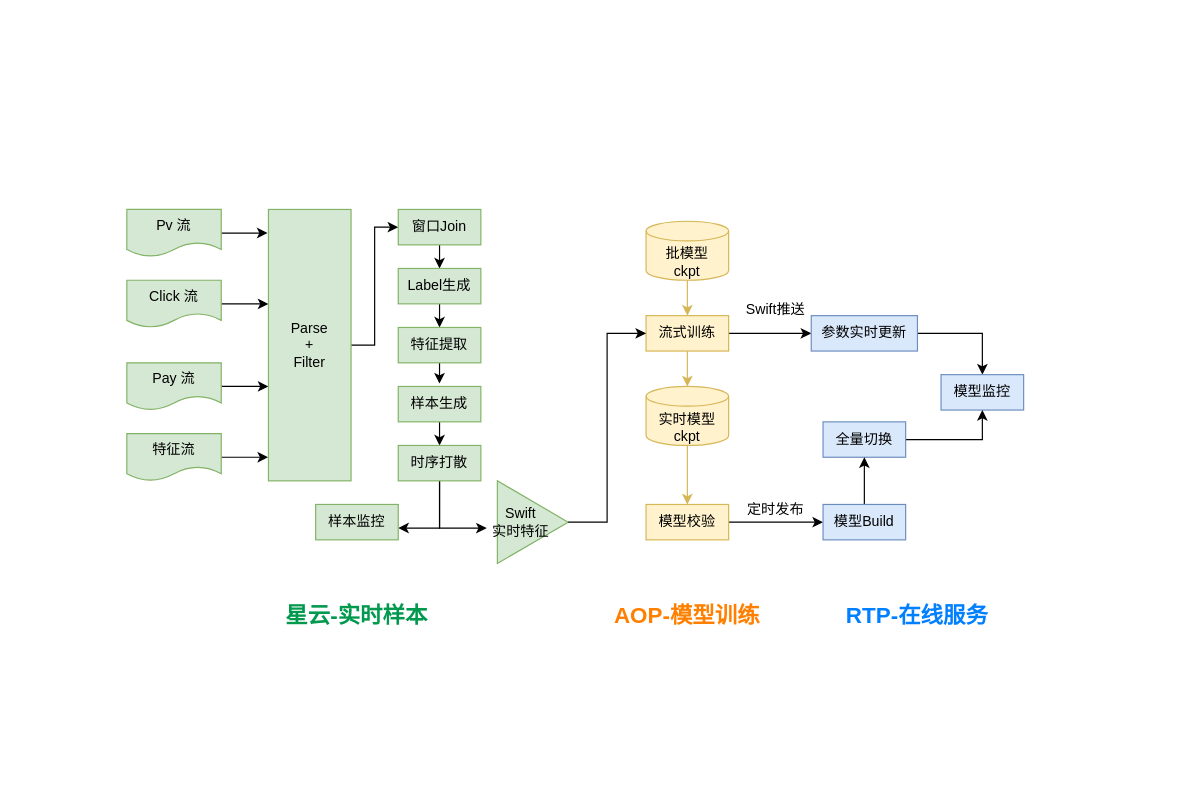
This is ODL服务流程图.drawio from cosinalee/HeteroGraph, a draw.io file, before an edit. Source tidied: cells renumbered, new cells numbered last; positions are measured from the earlier drawing's top-left corner, leaving out a move shared by most shapes. Both pictures are drawn from the tidied source at 118%, with x=0, y=0 at pixel (126, 209).
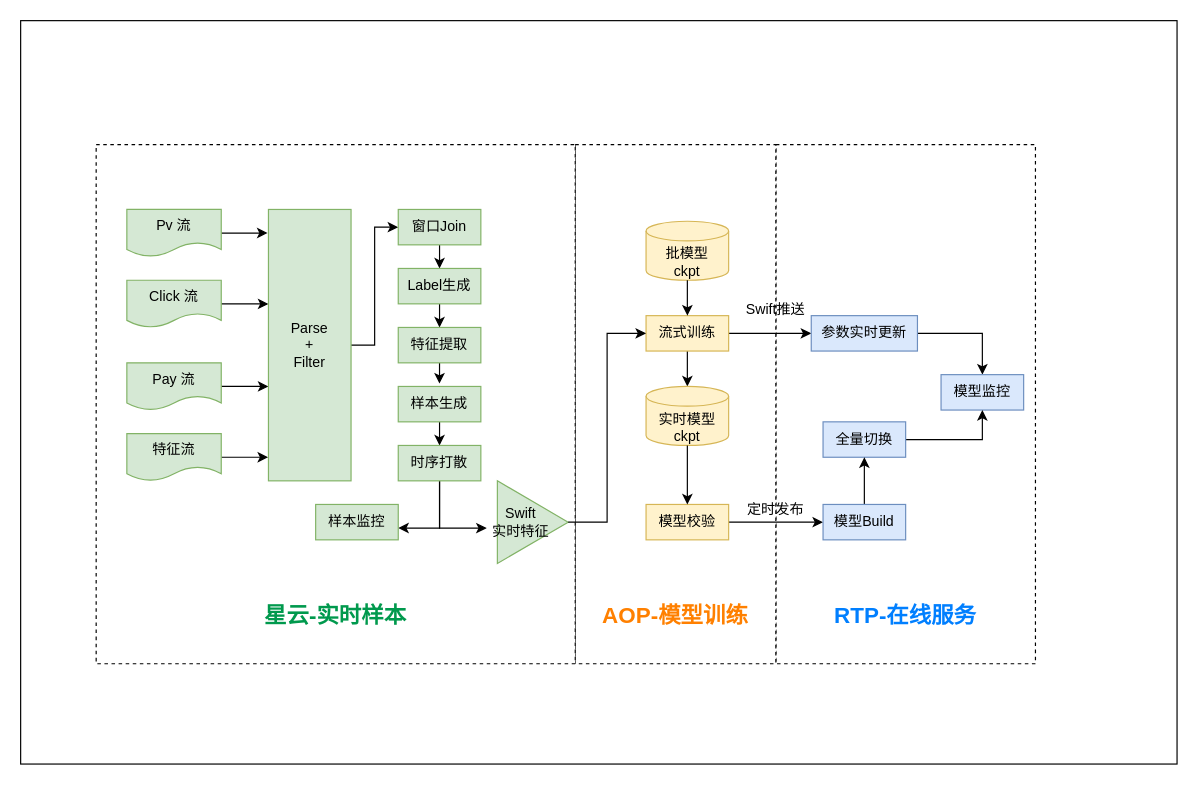
The same diagram, later.

Commit message:
更新ODL服务流程图.drawio

The change refers to these unchanged cells:
```xml
<mxCell id="29" value="批模型&lt;br&gt;ckpt" style="text;html=1;strokeColor=none;fillColor=none;align=center;verticalAlign=middle;whiteSpace=wrap;rounded=0;" parent="27" vertex="1">
  <mxGeometry x="5" y="20" width="60" height="30" as="geometry" />
</mxCell>
<mxCell id="32" value="流式训练" style="rounded=0;whiteSpace=wrap;html=1;fillColor=#fff2cc;strokeColor=#d6b656;" parent="1" vertex="1">
  <mxGeometry x="440" y="90" width="70" height="30" as="geometry" />
</mxCell>
<mxCell id="34" style="strokeWidth=1;html=1;shape=mxgraph.flowchart.database;whiteSpace=wrap;fillColor=#fff2cc;strokeColor=#d6b656;" parent="33" vertex="1">
  <mxGeometry width="70" height="50" as="geometry" />
</mxCell>
<mxCell id="35" value="实时模型&lt;br&gt;ckpt" style="text;html=1;strokeColor=none;fillColor=none;align=center;verticalAlign=middle;whiteSpace=wrap;rounded=0;" parent="33" vertex="1">
  <mxGeometry x="5" y="20" width="60" height="30" as="geometry" />
</mxCell>
<mxCell id="37" value="模型校验" style="rounded=0;whiteSpace=wrap;html=1;fillColor=#fff2cc;strokeColor=#d6b656;" parent="1" vertex="1">
  <mxGeometry x="440" y="250" width="70" height="30" as="geometry" />
</mxCell>
```

What changed in the source:
```diff
@@
+    <mxCell id="53" style="rounded=0;whiteSpace=wrap;html=1;" parent="1" vertex="1">
+      <mxGeometry x="-90" y="-160" width="980" height="630" as="geometry" />
+    </mxCell>
+    <mxCell id="54" style="rounded=0;whiteSpace=wrap;html=1;dashed=1;" parent="1" vertex="1">
+      <mxGeometry x="550" y="-55" width="220" height="440" as="geometry" />
+    </mxCell>
+    <mxCell id="55" style="rounded=0;whiteSpace=wrap;html=1;dashed=1;" parent="1" vertex="1">
+      <mxGeometry x="380" y="-55" width="170" height="440" as="geometry" />
+    </mxCell>
+    <mxCell id="56" style="rounded=0;whiteSpace=wrap;html=1;dashed=1;" parent="1" vertex="1">
+      <mxGeometry x="-26" y="-55" width="406" height="440" as="geometry" />
+    </mxCell>
@@
-    <mxCell id="30" style="edgeStyle=orthogonalEdgeStyle;rounded=0;jettySize=auto;html=1;exitX=0.5;exitY=1;exitDx=0;exitDy=0;entryX=0.5;entryY=0;entryDx=0;entryDy=0;entryPerimeter=0;fillColor=#fff2cc;strokeColor=#d6b656;" parent="1" edge="1" source="32" target="34">
+    <mxCell id="30" style="edgeStyle=orthogonalEdgeStyle;rounded=0;jettySize=auto;html=1;exitX=0.5;exitY=1;exitDx=0;exitDy=0;entryX=0.5;entryY=0;entryDx=0;entryDy=0;entryPerimeter=0;fillColor=#fff2cc;strokeColor=#000000;" parent="1" edge="1" source="32" target="34">
       <mxGeometry relative="1" as="geometry" />
     </mxCell>
@@
-    <mxCell id="46" style="edgeStyle=orthogonalEdgeStyle;rounded=0;jettySize=auto;html=1;exitX=0.5;exitY=1;exitDx=0;exitDy=0;entryX=0.5;entryY=0;entryDx=0;entryDy=0;fillColor=#fff2cc;strokeColor=#d6b656;" parent="1" edge="1" source="29" target="32">
+    <mxCell id="46" style="edgeStyle=orthogonalEdgeStyle;rounded=0;jettySize=auto;html=1;exitX=0.5;exitY=1;exitDx=0;exitDy=0;entryX=0.5;entryY=0;entryDx=0;entryDy=0;fillColor=#fff2cc;strokeColor=#000000;" parent="1" edge="1" source="29" target="32">
       <mxGeometry relative="1" as="geometry" />
     </mxCell>
-    <mxCell id="47" style="edgeStyle=orthogonalEdgeStyle;rounded=0;jettySize=auto;html=1;exitX=0.5;exitY=1;exitDx=0;exitDy=0;entryX=0.5;entryY=0;entryDx=0;entryDy=0;fillColor=#fff2cc;strokeColor=#d6b656;" parent="1" edge="1" source="35" target="37">
+    <mxCell id="47" style="edgeStyle=orthogonalEdgeStyle;rounded=0;jettySize=auto;html=1;exitX=0.5;exitY=1;exitDx=0;exitDy=0;entryX=0.5;entryY=0;entryDx=0;entryDy=0;fillColor=#fff2cc;strokeColor=#000000;" parent="1" edge="1" source="35" target="37">
       <mxGeometry relative="1" as="geometry" />
     </mxCell>
@@
     <mxCell id="50" value="&lt;h4&gt;&lt;b&gt;&lt;font color=&quot;#00994d&quot; style=&quot;font-size: 19px;&quot;&gt;星云-实时样本&lt;/font&gt;&lt;/b&gt;&lt;/h4&gt;" style="text;html=1;strokeColor=none;fillColor=none;align=center;verticalAlign=middle;whiteSpace=wrap;rounded=0;" parent="1" vertex="1">
-      <mxGeometry x="115" y="330" width="160" height="30" as="geometry" />
+      <mxGeometry x="97" y="330" width="160" height="30" as="geometry" />
     </mxCell>
     <mxCell id="51" value="&lt;h4&gt;&lt;b&gt;&lt;font color=&quot;#ff8000&quot; style=&quot;font-size: 19px;&quot;&gt;AOP-模型训练&lt;/font&gt;&lt;/b&gt;&lt;/h4&gt;" style="text;html=1;strokeColor=none;fillColor=none;align=center;verticalAlign=middle;whiteSpace=wrap;rounded=0;" parent="1" vertex="1">
-      <mxGeometry x="395" y="330" width="160" height="30" as="geometry" />
+      <mxGeometry x="385" y="330" width="160" height="30" as="geometry" />
     </mxCell>
     <mxCell id="52" value="&lt;h4&gt;&lt;b&gt;&lt;font color=&quot;#007fff&quot; style=&quot;font-size: 19px;&quot;&gt;RTP-在线服务&lt;/font&gt;&lt;/b&gt;&lt;/h4&gt;" style="text;html=1;strokeColor=none;fillColor=none;align=center;verticalAlign=middle;whiteSpace=wrap;rounded=0;" parent="1" vertex="1">
-      <mxGeometry x="590" y="330" width="160" height="30" as="geometry" />
+      <mxGeometry x="580" y="330" width="160" height="30" as="geometry" />
     </mxCell>
```
